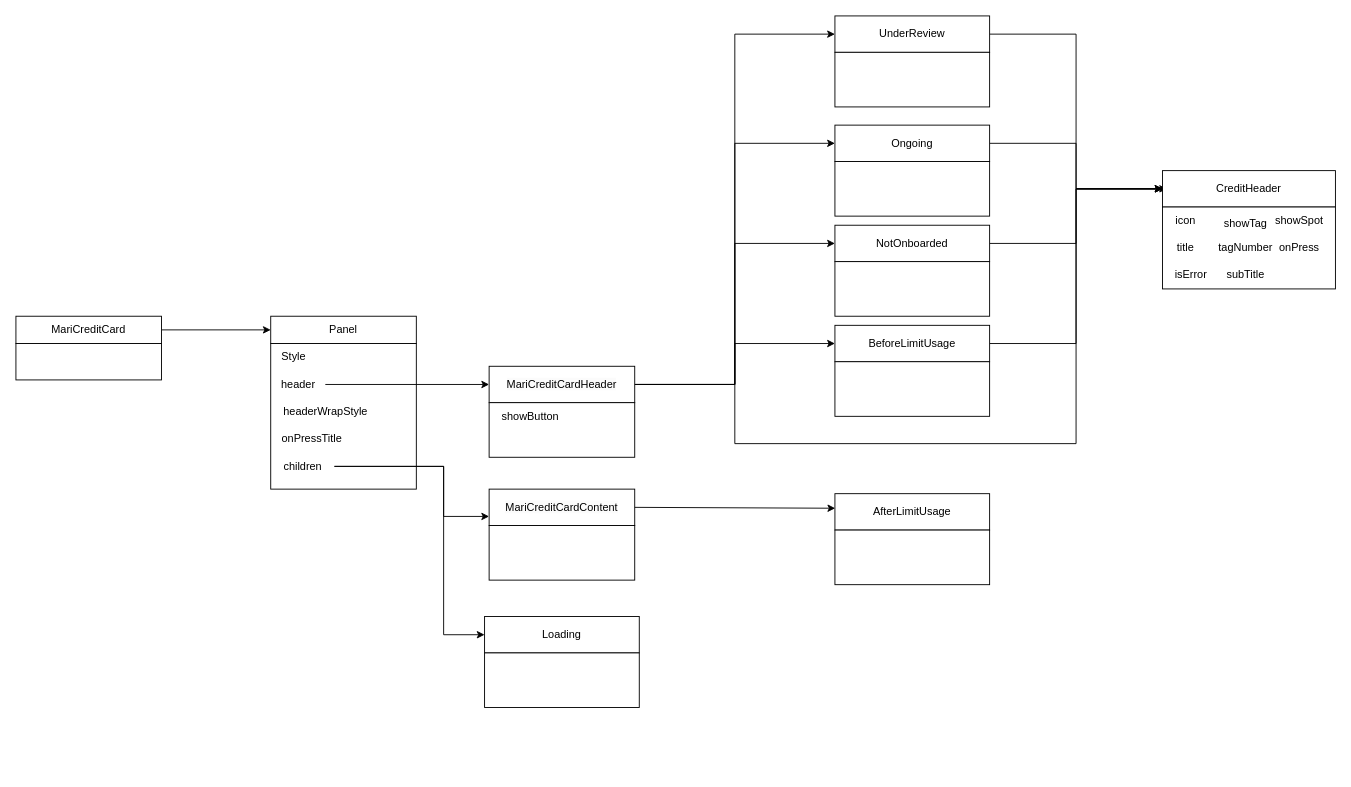
RexYao97/sfrex keeps this draw.io diagram as page "home page" (3 of 3) of retail-home-credit-use-case.drawio. Above is the earlier version. Source tidied: cells renumbered, new cells numbered last; positions are measured from the earlier drawing's top-left corner, leaving out a move shared by most shapes. Both pictures are drawn from the tidied source at 91%, with x=0, y=0 at pixel (15, 15).
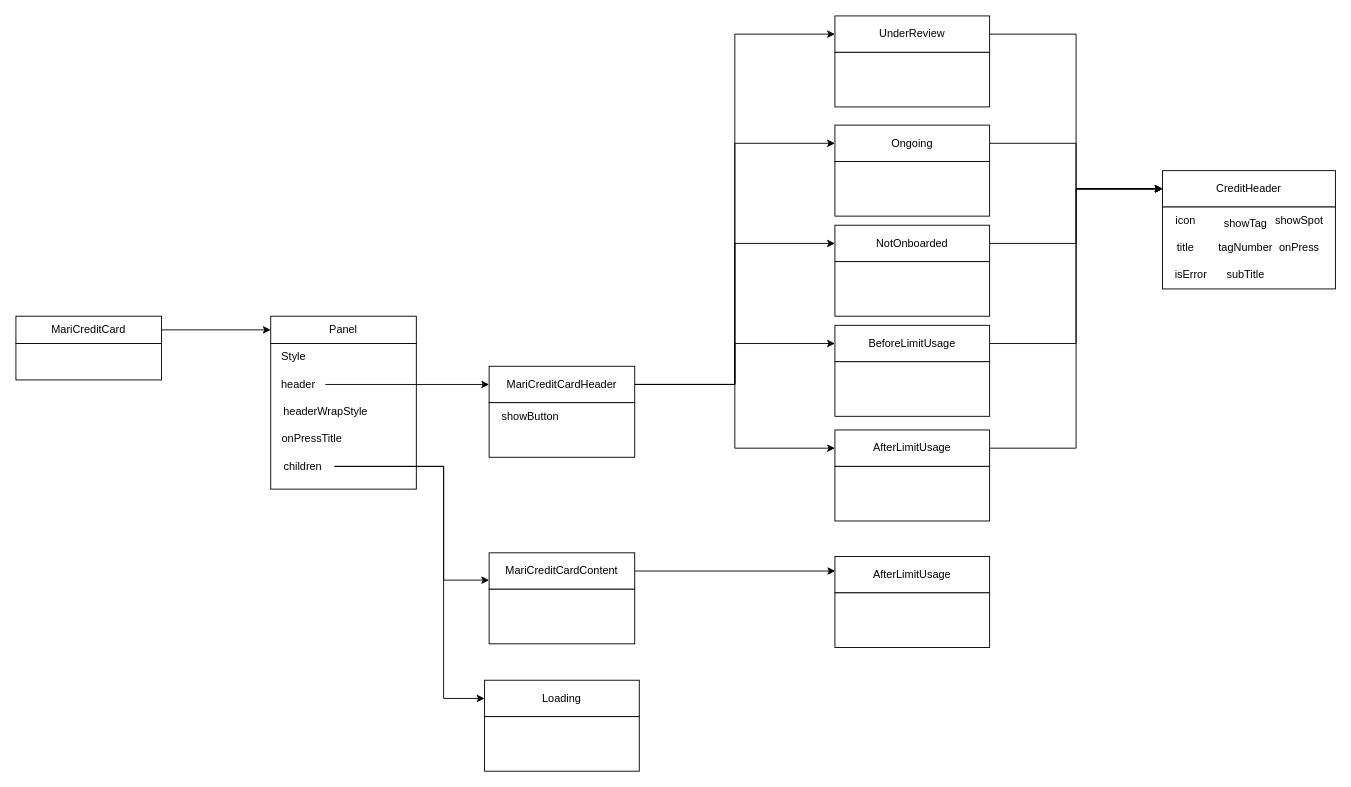
The same diagram, later.

The change refers to these unchanged cells:
```xml
<mxCell id="13" value="children" style="text;html=1;align=center;verticalAlign=middle;points=[];strokeColor=none;fillColor=none;" parent="6" vertex="1">
  <mxGeometry y="150" width="70" height="30" as="geometry" />
</mxCell>
<mxCell id="19" value="&lt;span style=&quot;color: rgb(0, 0, 0); font-family: Helvetica; font-size: 12px; font-style: normal; font-variant-ligatures: normal; font-variant-caps: normal; font-weight: 400; letter-spacing: normal; orphans: 2; text-align: center; text-indent: 0px; text-transform: none; widows: 2; word-spacing: 0px; -webkit-text-stroke-width: 0px; background-color: rgb(251, 251, 251); text-decoration-thickness: initial; text-decoration-style: initial; text-decoration-color: initial; float: none; display: inline !important;&quot;&gt;MariCreditCardHeader&lt;/span&gt;" style="rounded=0;whiteSpace=wrap;html=1;" parent="1" vertex="1">
  <mxGeometry x="520" y="385" width="160" height="40" as="geometry" />
</mxCell>
<mxCell id="44" value="CreditHeader" style="rounded=0;whiteSpace=wrap;html=1;" parent="1" vertex="1">
  <mxGeometry x="1260" y="170" width="190" height="40" as="geometry" />
</mxCell>
```

The edit, as a diff of the source:
```diff
@@
-    <mxCell id="18" style="edgeStyle=orthogonalEdgeStyle;rounded=0;orthogonalLoop=1;jettySize=auto;html=1;entryX=0;entryY=0.5;entryDx=0;entryDy=0;" parent="1" edge="1">
-      <mxGeometry relative="1" as="geometry">
-        <mxPoint x="685" y="405" as="sourcePoint" />
-        <mxPoint x="1265" y="190" as="targetPoint" />
-        <Array as="points">
-          <mxPoint x="790" y="405" />
-          <mxPoint x="790" y="470" />
-          <mxPoint x="1165" y="470" />
-          <mxPoint x="1165" y="190" />
-        </Array>
-      </mxGeometry>
-    </mxCell>
+    <mxCell id="54" style="edgeStyle=orthogonalEdgeStyle;rounded=0;jettySize=auto;html=1;entryX=0;entryY=0.5;entryDx=0;entryDy=0;" parent="1" edge="1" source="19" target="56">
+      <mxGeometry relative="1" as="geometry" />
+    </mxCell>
@@
-    <mxCell id="23" style="edgeStyle=orthogonalEdgeStyle;rounded=0;jettySize=auto;html=1;entryX=0.002;entryY=0.4;entryDx=0;entryDy=0;entryPerimeter=0;" parent="1" edge="1" target="39">
-      <mxGeometry relative="1" as="geometry">
-        <mxPoint x="670" y="535" as="sourcePoint" />
-        <Array as="points">
-          <mxPoint x="670" y="540" />
-          <mxPoint x="900" y="540" />
-        </Array>
-      </mxGeometry>
+    <mxCell id="23" style="edgeStyle=orthogonalEdgeStyle;rounded=0;jettySize=auto;html=1;entryX=0.002;entryY=0.4;entryDx=0;entryDy=0;entryPerimeter=0;" parent="1" edge="1" source="25" target="39">
+      <mxGeometry relative="1" as="geometry" />
     </mxCell>
     <mxCell id="24" style="edgeStyle=orthogonalEdgeStyle;rounded=0;jettySize=auto;html=1;entryX=0;entryY=0.5;entryDx=0;entryDy=0;" parent="1" edge="1" source="13" target="31">
       <mxGeometry relative="1" as="geometry">
         <Array as="points">
           <mxPoint x="470" y="495" />
-          <mxPoint x="470" y="680" />
+          <mxPoint x="470" y="750" />
         </Array>
       </mxGeometry>
     </mxCell>
     <mxCell id="25" value="&lt;span style=&quot;color: rgb(0, 0, 0); font-family: Helvetica; font-size: 12px; font-style: normal; font-variant-ligatures: normal; font-variant-caps: normal; font-weight: 400; letter-spacing: normal; orphans: 2; text-align: center; text-indent: 0px; text-transform: none; widows: 2; word-spacing: 0px; -webkit-text-stroke-width: 0px; background-color: rgb(251, 251, 251); text-decoration-thickness: initial; text-decoration-style: initial; text-decoration-color: initial; float: none; display: inline !important;&quot;&gt;MariCreditCardContent&lt;/span&gt;" style="rounded=0;whiteSpace=wrap;html=1;" parent="1" vertex="1">
-      <mxGeometry x="520" y="520" width="160" height="40" as="geometry" />
+      <mxGeometry x="520" y="590" width="160" height="40" as="geometry" />
     </mxCell>
     <mxCell id="26" style="rounded=0;whiteSpace=wrap;html=1;" parent="1" vertex="1">
-      <mxGeometry x="520" y="560" width="160" height="60" as="geometry" />
+      <mxGeometry x="520" y="630" width="160" height="60" as="geometry" />
     </mxCell>
     <mxCell id="27" style="edgeStyle=orthogonalEdgeStyle;rounded=0;jettySize=auto;html=1;entryX=0;entryY=0.75;entryDx=0;entryDy=0;" parent="1" edge="1" source="13" target="25">
       <mxGeometry relative="1" as="geometry">
         <Array as="points">
           <mxPoint x="470" y="495" />
-          <mxPoint x="470" y="550" />
+          <mxPoint x="470" y="620" />
         </Array>
       </mxGeometry>
     </mxCell>
@@
     <mxCell id="31" value="Loading" style="rounded=0;whiteSpace=wrap;html=1;" parent="1" vertex="1">
-      <mxGeometry x="515" y="660" width="170" height="40" as="geometry" />
+      <mxGeometry x="515" y="730" width="170" height="40" as="geometry" />
     </mxCell>
     <mxCell id="32" style="rounded=0;whiteSpace=wrap;html=1;" parent="1" vertex="1">
-      <mxGeometry x="515" y="700" width="170" height="60" as="geometry" />
+      <mxGeometry x="515" y="770" width="170" height="60" as="geometry" />
     </mxCell>
@@
     <mxCell id="39" value="AfterLimitUsage" style="rounded=0;whiteSpace=wrap;html=1;" parent="1" vertex="1">
-      <mxGeometry x="900" y="525" width="170" height="40" as="geometry" />
+      <mxGeometry x="900" y="594" width="170" height="40" as="geometry" />
     </mxCell>
     <mxCell id="40" style="rounded=0;whiteSpace=wrap;html=1;" parent="1" vertex="1">
-      <mxGeometry x="900" y="565" width="170" height="60" as="geometry" />
+      <mxGeometry x="900" y="634" width="170" height="60" as="geometry" />
     </mxCell>
@@
+    <mxCell id="55" style="edgeStyle=orthogonalEdgeStyle;rounded=0;jettySize=auto;html=1;entryX=0;entryY=0.5;entryDx=0;entryDy=0;" parent="1" edge="1" source="56" target="44">
+      <mxGeometry relative="1" as="geometry" />
+    </mxCell>
+    <mxCell id="56" value="AfterLimitUsage" style="rounded=0;whiteSpace=wrap;html=1;" parent="1" vertex="1">
+      <mxGeometry x="900" y="455" width="170" height="40" as="geometry" />
+    </mxCell>
+    <mxCell id="57" style="rounded=0;whiteSpace=wrap;html=1;" parent="1" vertex="1">
+      <mxGeometry x="900" y="495" width="170" height="60" as="geometry" />
+    </mxCell>
```
